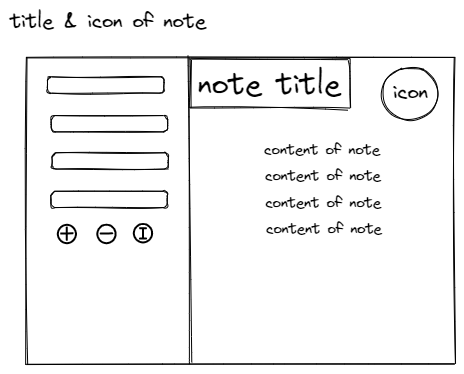
Earlier version of the Excalidraw export assets/idea/idea.excalidraw.png (jonahh1/quick-jots). Source tidied: one line per element, renumbered; positions are measured from the earlier drawing's top-left corner, leaving out a move shared by most shapes.
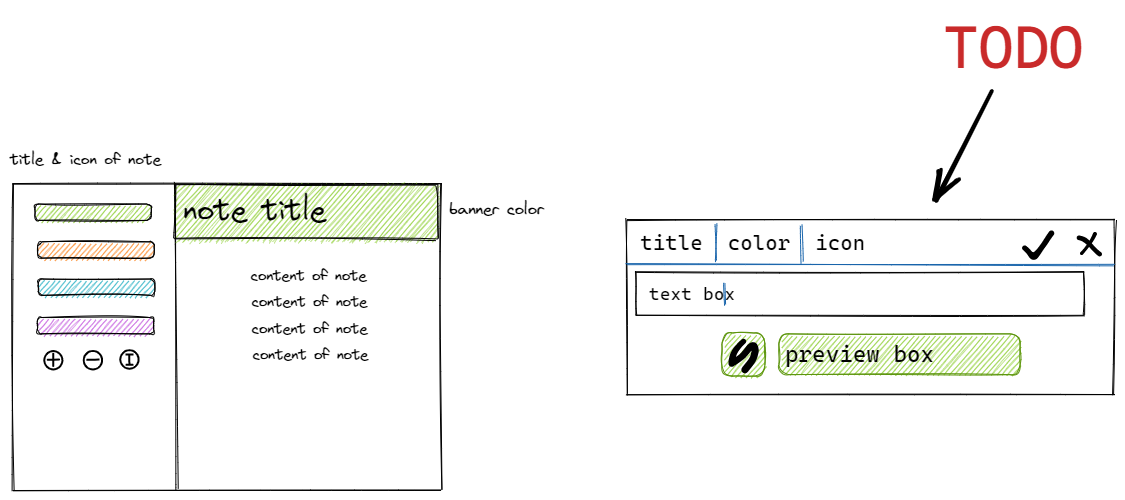
The same diagram one commit later.

The edit, as a diff of the source:
```diff
@@ -1,9 +1,9 @@
 {"id": 0, "type": "rectangle", "strokeColor": "#000000", "strokeWidth": 1, "roughness": 1, "x": 16, "y": 48, "width": 429, "height": 307}
 {"id": 1, "type": "line", "strokeColor": "#000000", "strokeWidth": 1, "roughness": 1, "x": 178, "y": 47, "width": 2, "height": 306, "points": [[0, 0], [2, 306]]}
-{"id": 2, "type": "rectangle", "strokeColor": "#000000", "strokeWidth": 1, "roughness": 1, "x": 37, "y": 67, "width": 116, "height": 16}
+{"id": 2, "type": "rectangle", "strokeColor": "#000000", "backgroundColor": "#82c91e", "fillStyle": "hachure", "strokeWidth": 1, "roughness": 1, "x": 38, "y": 68, "width": 116, "height": 16}
-{"id": 3, "type": "rectangle", "strokeColor": "#000000", "strokeWidth": 1, "roughness": 1, "x": 41, "y": 106, "width": 116, "height": 16}
+{"id": 3, "type": "rectangle", "strokeColor": "#000000", "backgroundColor": "#fd7e14", "fillStyle": "hachure", "strokeWidth": 1, "roughness": 1, "x": 41, "y": 106, "width": 116, "height": 16}
-{"id": 4, "type": "rectangle", "strokeColor": "#000000", "strokeWidth": 1, "roughness": 1, "x": 42, "y": 143, "width": 116, "height": 16}
+{"id": 4, "type": "rectangle", "strokeColor": "#000000", "backgroundColor": "#15aabf", "fillStyle": "hachure", "strokeWidth": 1, "roughness": 1, "x": 42, "y": 143, "width": 116, "height": 16}
-{"id": 5, "type": "rectangle", "strokeColor": "#000000", "strokeWidth": 1, "roughness": 1, "x": 41, "y": 181, "width": 116, "height": 16}
+{"id": 5, "type": "rectangle", "strokeColor": "#000000", "backgroundColor": "#be4bdb", "fillStyle": "hachure", "strokeWidth": 1, "roughness": 1, "x": 41, "y": 181, "width": 116, "height": 16}
 {"id": 6, "type": "line", "strokeColor": "#000000", "strokeWidth": 2, "roughness": 0, "x": 57, "y": 218, "width": 0, "height": 12, "points": [[0, 0], [0, 12]]}
 {"id": 7, "type": "line", "strokeColor": "#000000", "strokeWidth": 2, "roughness": 0, "x": 51, "y": 224, "width": 11, "height": 0, "points": [[0, 0], [11, 0]]}
 {"id": 8, "type": "ellipse", "strokeColor": "#000000", "strokeWidth": 2, "roughness": 0, "x": 48, "y": 215, "width": 18, "height": 18}
@@ -13,12 +13,28 @@
 {"id": 12, "type": "line", "strokeColor": "#000000", "strokeWidth": 2, "roughness": 0, "x": 130, "y": 218, "width": 6, "height": 0, "points": [[0, 0], [6, 0]]}
 {"id": 13, "type": "line", "strokeColor": "#000000", "strokeWidth": 2, "roughness": 0, "x": 130, "y": 228, "width": 6, "height": 0, "points": [[0, 0], [6, 0]]}
 {"id": 14, "type": "line", "strokeColor": "#000000", "strokeWidth": 2, "roughness": 0, "x": 133, "y": 219, "width": 0, "height": 9, "points": [[0, 0], [0, 5], [0, 9]]}
-{"id": 15, "type": "text", "text": "title & icon of note", "strokeColor": "#000000", "strokeWidth": 2, "roughness": 0, "fontSize": 20, "fontFamily": 1, "x": 0, "y": 0, "width": 197, "height": 25}
+{"id": 15, "type": "text", "text": "title & icon of note", "strokeColor": "#000000", "strokeWidth": 2, "roughness": 0, "fontSize": 15.41, "fontFamily": 1, "x": 14, "y": 13, "width": 152, "height": 19}
 {"id": 16, "type": "text", "text": "content of note", "strokeColor": "#000000", "strokeWidth": 2, "roughness": 0, "fontSize": 14.75, "fontFamily": 1, "x": 254, "y": 130, "width": 117, "height": 18}
 {"id": 17, "type": "text", "text": "content of note", "strokeColor": "#000000", "strokeWidth": 2, "roughness": 0, "fontSize": 14.75, "fontFamily": 1, "x": 255, "y": 157, "width": 117, "height": 18}
 {"id": 18, "type": "text", "text": "content of note", "strokeColor": "#000000", "strokeWidth": 2, "roughness": 0, "fontSize": 14.75, "fontFamily": 1, "x": 255, "y": 183, "width": 117, "height": 18}
 {"id": 19, "type": "text", "text": "content of note", "strokeColor": "#000000", "strokeWidth": 2, "roughness": 0, "fontSize": 14.75, "fontFamily": 1, "x": 256, "y": 210, "width": 117, "height": 18}
+{"id": 21, "type": "rectangle", "strokeColor": "#000000", "backgroundColor": "#82c91e", "fillStyle": "hachure", "strokeWidth": 1, "roughness": 1, "x": 179, "y": 48, "width": 262, "height": 55}
-{"id": 20, "type": "text", "text": "note title ", "strokeColor": "#000000", "strokeWidth": 2, "roughness": 0, "fontSize": 29.77, "fontFamily": 1, "x": 188, "y": 56, "width": 158, "height": 38}
+{"id": 20, "type": "text", "text": "note title ", "strokeColor": "#000000", "strokeWidth": 2, "roughness": 0, "fontSize": 29.77, "fontFamily": 1, "x": 187, "y": 57, "width": 158, "height": 37}
-{"id": 21, "type": "rectangle", "strokeColor": "#000000", "strokeWidth": 1, "roughness": 1, "x": 181, "y": 49, "width": 159, "height": 50}
-{"id": 22, "type": "ellipse", "strokeColor": "#000000", "strokeWidth": 1, "roughness": 1, "x": 372, "y": 58, "width": 57, "height": 53}
-{"id": 23, "type": "text", "text": "icon", "strokeColor": "#000000", "strokeWidth": 1, "roughness": 1, "fontSize": 20, "fontFamily": 1, "textAlign": "center", "verticalAlign": "middle", "inside": 22, "x": 377, "y": 71, "width": 47, "height": 26}
+{"id": 24, "type": "rectangle", "strokeColor": "#000000", "strokeWidth": 1, "roughness": 1, "x": 630, "y": 84, "width": 488, "height": 175}
+{"id": 25, "type": "line", "strokeColor": "#1864ab", "strokeWidth": 1, "roughness": 1, "x": 630, "y": 128, "width": 489, "height": 0, "points": [[0, 0], [489, 0]]}
+{"id": 26, "type": "line", "strokeColor": "#1864ab", "strokeWidth": 1, "roughness": 1, "x": 719, "y": 87, "width": 1, "height": 37, "points": [[0, 0], [1, 37]]}
+{"id": 27, "type": "text", "text": "title  color  icon", "strokeColor": "#000000", "strokeWidth": 1, "roughness": 1, "fontSize": 21.36, "fontFamily": 3, "x": 644, "y": 93, "width": 226, "height": 26}
+{"id": 28, "type": "freedraw", "strokeColor": "#000000", "strokeWidth": 1, "roughness": 1, "x": 1028, "y": 112, "width": 27, "height": 24, "points": [[0, 0], [1, 0], [2, 1], [4, 3], [5, 5], [6, 6], [6, 7], [7, 8], [8, 9], [8, 9], [9, 9], [9, 9], [9, 9], [10, 9], [10, 9], [11, 8], [13, 6], [15, 2], [17, -1], [19, -3], [20, -4], [21, -6], [22, -8], [24, -10], [25, -12], [26, -13], [26, -14], [26, -14], [27, -15], [27, -15], [27, -15]]}
+{"id": 29, "type": "freedraw", "strokeColor": "#000000", "strokeWidth": 1, "roughness": 1, "x": 1082, "y": 102, "width": 21, "height": 16, "points": [[0, 0], [0, 0], [1, 0], [2, 0], [3, 1], [5, 1], [6, 2], [8, 4], [11, 7], [14, 10], [16, 12], [18, 14], [19, 15], [20, 16], [21, 16], [21, 16], [21, 16]]}
+{"id": 30, "type": "freedraw", "strokeColor": "#000000", "strokeWidth": 1, "roughness": 1, "x": 1098, "y": 98, "width": 14, "height": 20, "points": [[0, 0], [0, 0], [0, 1], [-1, 3], [-3, 7], [-6, 11], [-9, 15], [-11, 18], [-13, 19], [-14, 20], [-14, 20]]}
+{"id": 31, "type": "rectangle", "strokeColor": "#000000", "strokeWidth": 1, "roughness": 1, "x": 639, "y": 136, "width": 448, "height": 43}
+{"id": 32, "type": "text", "text": "text box", "strokeColor": "#000000", "strokeWidth": 1, "roughness": 1, "fontSize": 18.41, "fontFamily": 3, "x": 653, "y": 145, "width": 87, "height": 23}
+{"id": 33, "type": "line", "strokeColor": "#1864ab", "strokeWidth": 1, "roughness": 1, "x": 728, "y": 146, "width": 1, "height": 22, "points": [[0, 0], [1, 22]]}
+{"id": 34, "type": "rectangle", "strokeColor": "#5c940d", "backgroundColor": "#82c91e", "fillStyle": "hachure", "strokeWidth": 1, "roughness": 1, "x": 782, "y": 198, "width": 241, "height": 41}
+{"id": 35, "type": "text", "text": "preview box", "strokeColor": "#000000", "backgroundColor": "#82c91e", "fillStyle": "hachure", "strokeWidth": 1, "roughness": 1, "fontSize": 23.14, "fontFamily": 3, "x": 789, "y": 203, "width": 150, "height": 29}
+{"id": 36, "type": "rectangle", "strokeColor": "#5c940d", "backgroundColor": "#82c91e", "fillStyle": "hachure", "strokeWidth": 1, "roughness": 1, "x": 725, "y": 197, "width": 43, "height": 43}
+{"id": 37, "type": "freedraw", "strokeColor": "#000000", "angle": 0.68, "backgroundColor": "#82c91e", "fillStyle": "hachure", "strokeWidth": 1, "roughness": 1, "x": 738, "y": 208, "width": 20, "height": 28, "points": [[0, 0], [0, 2], [-1, 8], [-1, 12], [0, 16], [2, 21], [4, 24], [5, 23], [7, 18], [8, 12], [9, 8], [9, 3], [9, 2], [9, -1], [10, -3], [11, -3], [15, -1], [16, 1], [18, 6], [18, 8], [19, 12], [19, 15], [19, 17], [19, 20], [19, 21]]}
+{"id": 38, "type": "line", "strokeColor": "#1864ab", "strokeWidth": 1, "roughness": 1, "x": 805, "y": 90, "width": 1, "height": 37, "points": [[0, 0], [1, 37]]}
+{"id": 39, "type": "text", "text": "TODO", "strokeColor": "#c92a2a", "backgroundColor": "#82c91e", "fillStyle": "hachure", "strokeWidth": 1, "roughness": 1, "fontSize": 59.79, "fontFamily": 3, "x": 947, "y": -126, "width": 141, "height": 72}
+{"id": 40, "type": "arrow", "strokeColor": "#000000", "backgroundColor": "#82c91e", "fillStyle": "hachure", "strokeWidth": 4, "roughness": 1, "endArrowhead": "arrow", "from": 39, "to": 24, "x": 995, "y": -44, "width": 56, "height": 108, "points": [[0, 0], [-56, 108]]}
+{"id": 41, "type": "text", "text": "banner color", "strokeColor": "#000000", "backgroundColor": "#82c91e", "fillStyle": "hachure", "strokeWidth": 4, "roughness": 1, "fontSize": 16, "fontFamily": 1, "x": 453, "y": 63, "width": 95, "height": 21}
```
